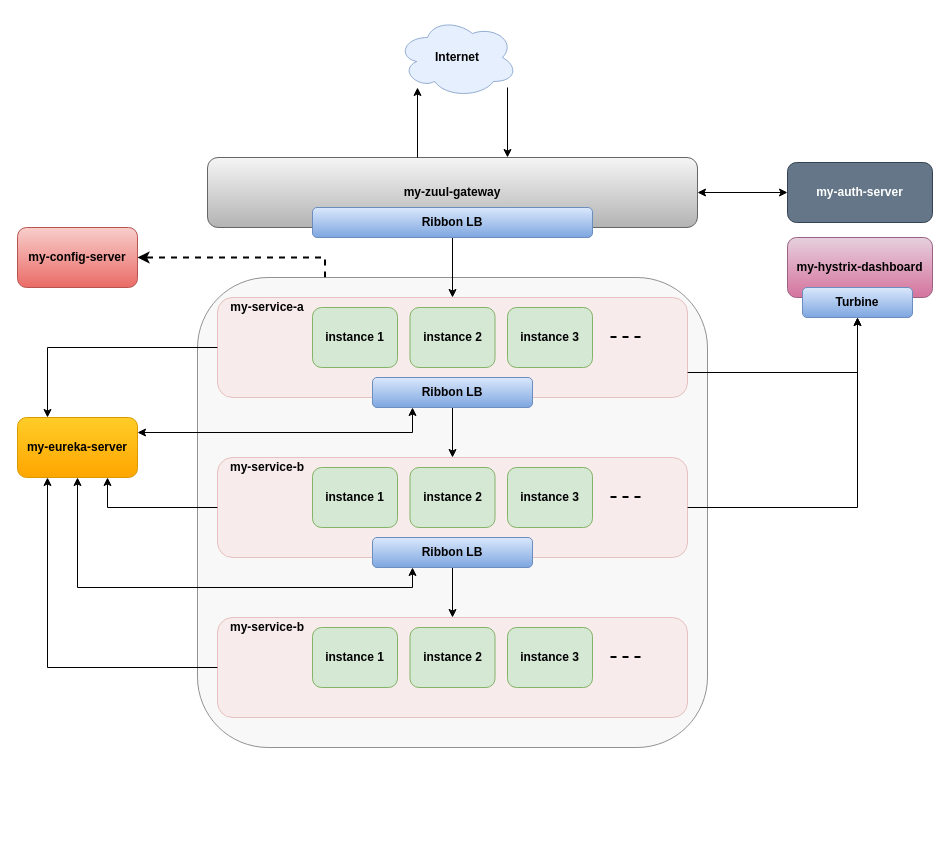
Before: screenshot/microservice_architecture.drawio in Hitman007IN/build-microservice-with-spring-cloud-netflixoss, a draw.io diagram. Source tidied: cells renumbered, new cells numbered last; positions are measured from the earlier drawing's top-left corner, leaving out a move shared by most shapes. Both pictures are drawn from the tidied source at 100%, with x=0, y=0 at pixel (17, 17).
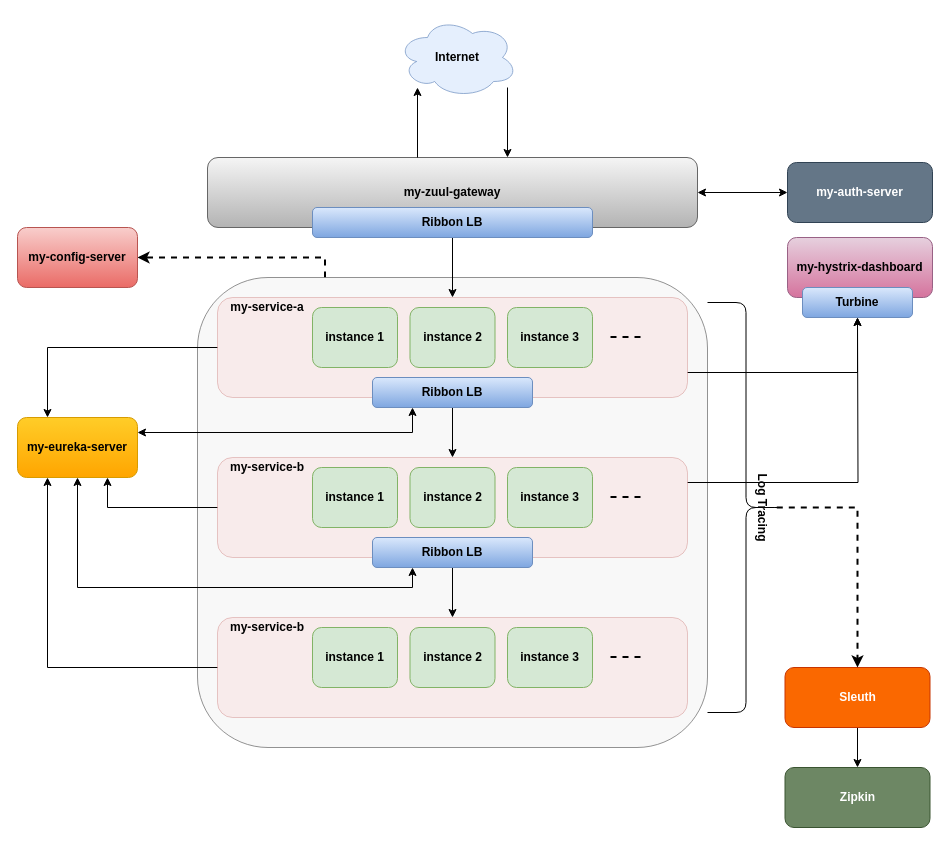
The same diagram, later.

The change refers to these unchanged cells:
```xml
<mxCell id="23" style="rounded=1;whiteSpace=wrap;html=1;fillColor=#f8cecc;strokeColor=#b85450;opacity=30;" parent="1" vertex="1">
  <mxGeometry x="200" y="440" width="470" height="100" as="geometry" />
</mxCell>
<mxCell id="43" value="&lt;b&gt;Turbine&lt;/b&gt;" style="rounded=1;whiteSpace=wrap;html=1;fillColor=#dae8fc;strokeColor=#6c8ebf;gradientColor=#7ea6e0;rotation=0;" parent="1" vertex="1">
  <mxGeometry x="785" y="270" width="110" height="30" as="geometry" />
</mxCell>
```

The edit, as a diff of the source:
```diff
@@
-    <mxCell id="22" style="edgeStyle=orthogonalEdgeStyle;rounded=0;jettySize=auto;html=1;exitX=1;exitY=0.5;exitDx=0;exitDy=0;entryX=0.5;entryY=1;entryDx=0;entryDy=0;" parent="1" edge="1" source="23" target="43">
-      <mxGeometry relative="1" as="geometry" />
-    </mxCell>
+    <mxCell id="45" style="edgeStyle=orthogonalEdgeStyle;rounded=0;jettySize=auto;html=1;exitX=1;exitY=0.25;exitDx=0;exitDy=0;startArrow=none;startFill=0;" parent="1" edge="1" source="23">
+      <mxGeometry relative="1" as="geometry">
+        <mxPoint x="840" y="300" as="targetPoint" />
+      </mxGeometry>
+    </mxCell>
@@
+    <mxCell id="46" style="edgeStyle=orthogonalEdgeStyle;rounded=0;jettySize=auto;html=1;exitX=0.5;exitY=1;exitDx=0;exitDy=0;entryX=0.5;entryY=0;entryDx=0;entryDy=0;startArrow=none;startFill=0;" parent="1" edge="1" source="47" target="48">
+      <mxGeometry relative="1" as="geometry" />
+    </mxCell>
+    <mxCell id="47" value="&lt;b&gt;Sleuth&lt;/b&gt;" style="rounded=1;whiteSpace=wrap;html=1;fillColor=#fa6800;strokeColor=#C73500;rotation=0;fontColor=#ffffff;" parent="1" vertex="1">
+      <mxGeometry x="767.5" y="650" width="145" height="60" as="geometry" />
+    </mxCell>
+    <mxCell id="48" value="&lt;b&gt;Zipkin&lt;/b&gt;" style="rounded=1;whiteSpace=wrap;html=1;fillColor=#6d8764;strokeColor=#3A5431;rotation=0;fontColor=#ffffff;" parent="1" vertex="1">
+      <mxGeometry x="767.5" y="750" width="145" height="60" as="geometry" />
+    </mxCell>
+    <mxCell id="49" style="edgeStyle=orthogonalEdgeStyle;rounded=0;jettySize=auto;html=1;exitX=0.1;exitY=0.5;exitDx=0;exitDy=0;exitPerimeter=0;entryX=0.5;entryY=0;entryDx=0;entryDy=0;startArrow=none;startFill=0;dashed=1;strokeWidth=2;" parent="1" edge="1" source="50" target="47">
+      <mxGeometry relative="1" as="geometry" />
+    </mxCell>
+    <mxCell id="50" style="shape=curlyBracket;whiteSpace=wrap;html=1;rounded=1;rotation=-180;" parent="1" vertex="1">
+      <mxGeometry x="690" y="285" width="77" height="410" as="geometry" />
+    </mxCell>
+    <mxCell id="51" value="&lt;b&gt;Log Tracing&lt;/b&gt;" style="text;html=1;align=center;verticalAlign=middle;rotation=90;" parent="1" vertex="1">
+      <mxGeometry x="705" y="480" width="80" height="20" as="geometry" />
+    </mxCell>
```
